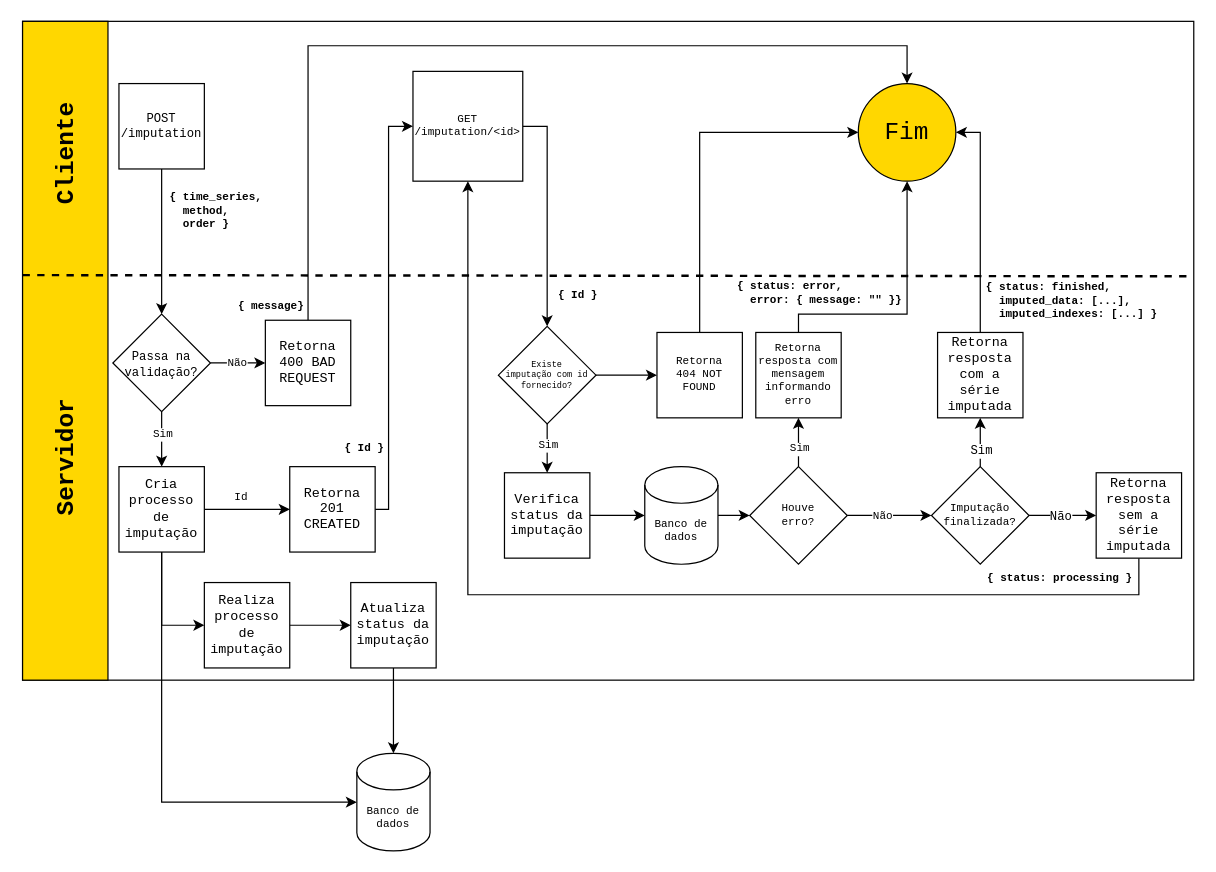
Before: images/Flowchart.drawio in j-abreu/imputation-web-service, a draw.io diagram. Source tidied: cells renumbered, new cells numbered last; positions are measured from the earlier drawing's top-left corner, leaving out a move shared by most shapes. Both pictures are drawn from the tidied source at 122%, with x=0, y=0 at pixel (-15, 21).
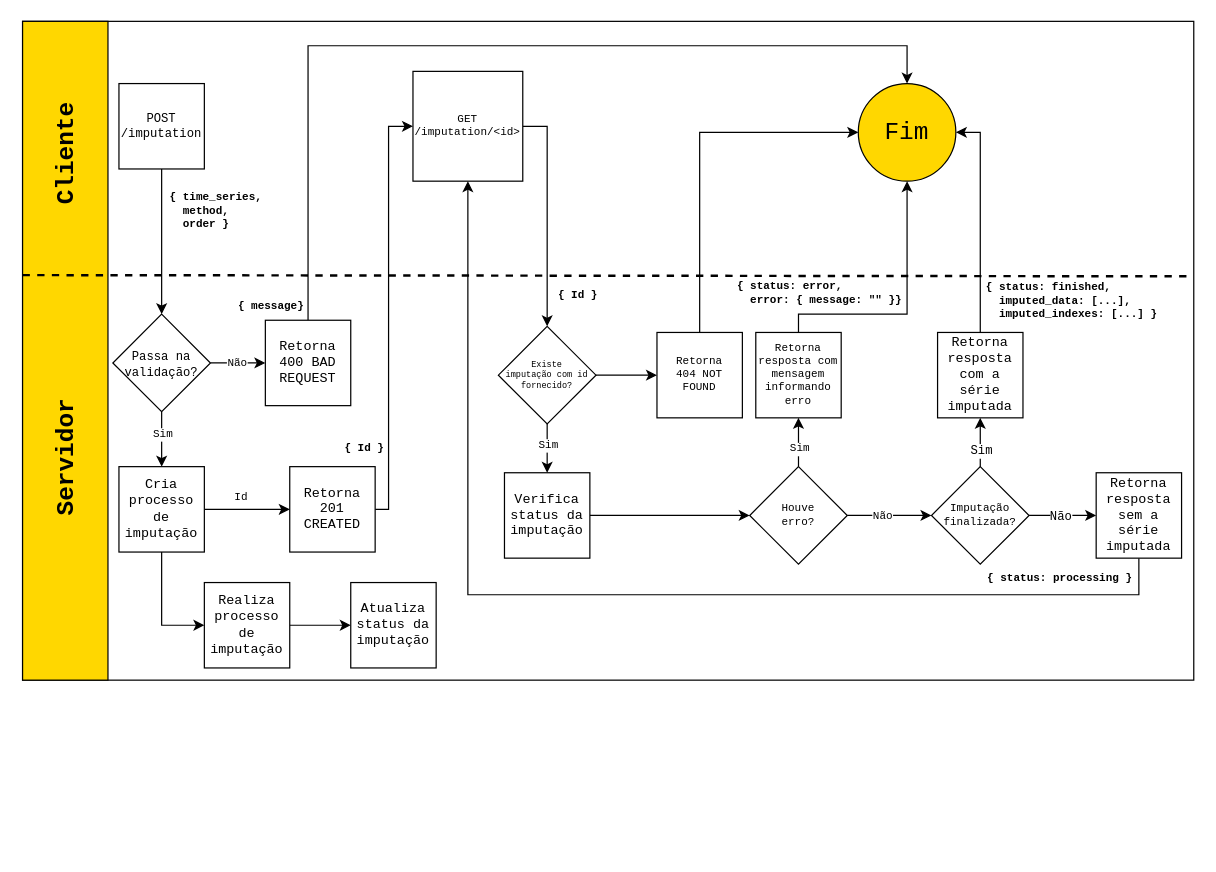
The same page after the edit.

Unchanged cells that the change refers to:
```xml
<mxCell id="20" value="&lt;font style=&quot;font-size: 11px;&quot;&gt;Cria processo de imputação&lt;/font&gt;" style="whiteSpace=wrap;html=1;labelBackgroundColor=none;fontFamily=Courier New;fontSize=11;fillColor=default;" parent="1" vertex="1">
  <mxGeometry x="109" y="365" width="70" height="70" as="geometry" />
</mxCell>
<mxCell id="24" value="&lt;font style=&quot;font-size: 11px;&quot;&gt;Verifica status da imputação&lt;/font&gt;" style="whiteSpace=wrap;html=1;labelBackgroundColor=none;fontFamily=Courier New;fontSize=11;fillColor=default;" parent="1" vertex="1">
  <mxGeometry x="425" y="370" width="70" height="70" as="geometry" />
</mxCell>
<mxCell id="30" value="Houve&lt;br&gt;erro?" style="rhombus;whiteSpace=wrap;html=1;labelBackgroundColor=none;fontFamily=Courier New;fontSize=9;fillColor=default;" parent="1" vertex="1">
  <mxGeometry x="626" y="365" width="80" height="80" as="geometry" />
</mxCell>
<mxCell id="60" value="Atualiza status da imputação" style="whiteSpace=wrap;html=1;labelBackgroundColor=none;fontFamily=Courier New;fontSize=11;fillColor=default;" parent="1" vertex="1">
  <mxGeometry x="299" y="460" width="70" height="70" as="geometry" />
</mxCell>
```

Diff of the diagram source:
```diff
@@
-    <mxCell id="19" style="edgeStyle=orthogonalEdgeStyle;rounded=0;jettySize=auto;html=1;entryX=0;entryY=0.5;entryDx=0;entryDy=0;entryPerimeter=0;strokeWidth=1;fontFamily=Courier New;fontSize=9;" parent="1" edge="1" source="20" target="61">
-      <mxGeometry relative="1" as="geometry">
-        <Array as="points">
-          <mxPoint x="144" y="640" />
-        </Array>
-      </mxGeometry>
-    </mxCell>
@@
-    <mxCell id="23" style="edgeStyle=orthogonalEdgeStyle;rounded=0;jettySize=auto;html=1;fontFamily=Courier New;fontSize=9;exitX=1;exitY=0.5;exitDx=0;exitDy=0;entryX=0;entryY=0.5;entryDx=0;entryDy=0;entryPerimeter=0;" parent="1" edge="1" source="24" target="63">
+    <mxCell id="23" style="edgeStyle=orthogonalEdgeStyle;rounded=0;jettySize=auto;html=1;fontFamily=Courier New;fontSize=9;exitX=1;exitY=0.5;exitDx=0;exitDy=0;entryX=0;entryY=0.5;entryDx=0;entryDy=0;" parent="1" edge="1" source="24" target="30">
       <mxGeometry relative="1" as="geometry" />
     </mxCell>
@@
-    <mxCell id="59" style="edgeStyle=orthogonalEdgeStyle;rounded=0;jettySize=auto;html=1;entryX=0.5;entryY=0;entryDx=0;entryDy=0;entryPerimeter=0;strokeWidth=1;fontFamily=Courier New;fontSize=9;" parent="1" edge="1" source="60" target="61">
-      <mxGeometry relative="1" as="geometry">
-        <Array as="points">
-          <mxPoint x="334" y="590" />
-        </Array>
-      </mxGeometry>
-    </mxCell>
@@
-    <mxCell id="61" value="&lt;font style=&quot;font-size: 9px;&quot;&gt;Banco de dados&lt;/font&gt;" style="shape=cylinder3;whiteSpace=wrap;html=1;boundedLbl=1;backgroundOutline=1;size=15;labelBackgroundColor=none;strokeColor=#000000;fontFamily=Courier New;fontSize=7;fillColor=default;" parent="1" vertex="1">
-      <mxGeometry x="304" y="600" width="60" height="80" as="geometry" />
-    </mxCell>
-    <mxCell id="62" style="edgeStyle=orthogonalEdgeStyle;rounded=0;jettySize=auto;html=1;entryX=0;entryY=0.5;entryDx=0;entryDy=0;strokeWidth=1;fontFamily=Courier New;fontSize=9;" parent="1" edge="1" source="63" target="30">
-      <mxGeometry relative="1" as="geometry" />
-    </mxCell>
-    <mxCell id="63" value="&lt;font style=&quot;font-size: 9px;&quot;&gt;Banco de dados&lt;/font&gt;" style="shape=cylinder3;whiteSpace=wrap;html=1;boundedLbl=1;backgroundOutline=1;size=15;labelBackgroundColor=none;strokeColor=#000000;fontFamily=Courier New;fontSize=7;fillColor=default;" parent="1" vertex="1">
-      <mxGeometry x="540" y="365" width="60" height="80" as="geometry" />
-    </mxCell>
```
